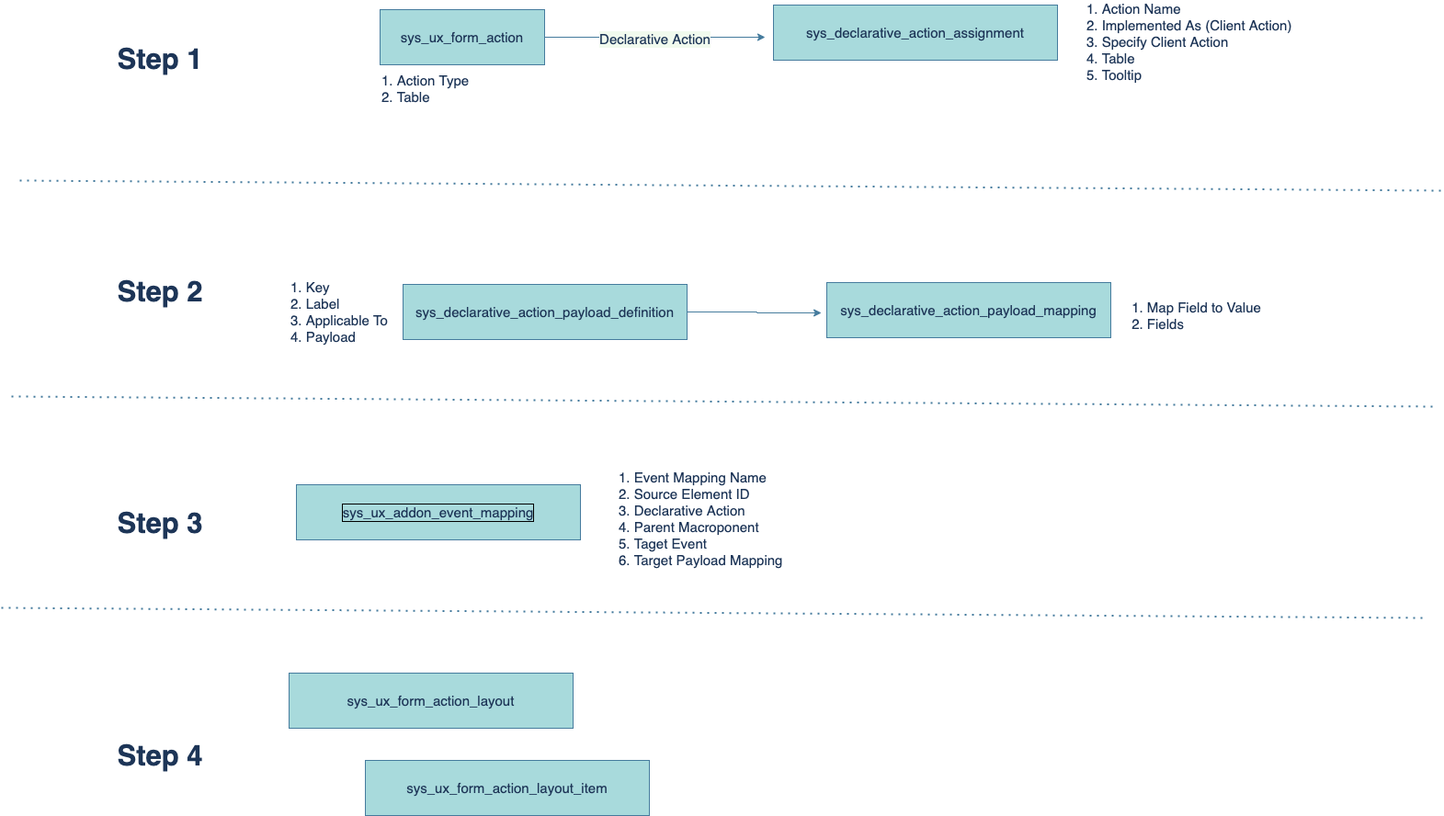
Before: Servicenow/Actions.drawio.png, a diagram exported from draw.io (mukeshsingal/draw.io). Source tidied: cells renumbered, new cells last; positions are measured from the earlier drawing's top-left corner, leaving out a move shared by most shapes.
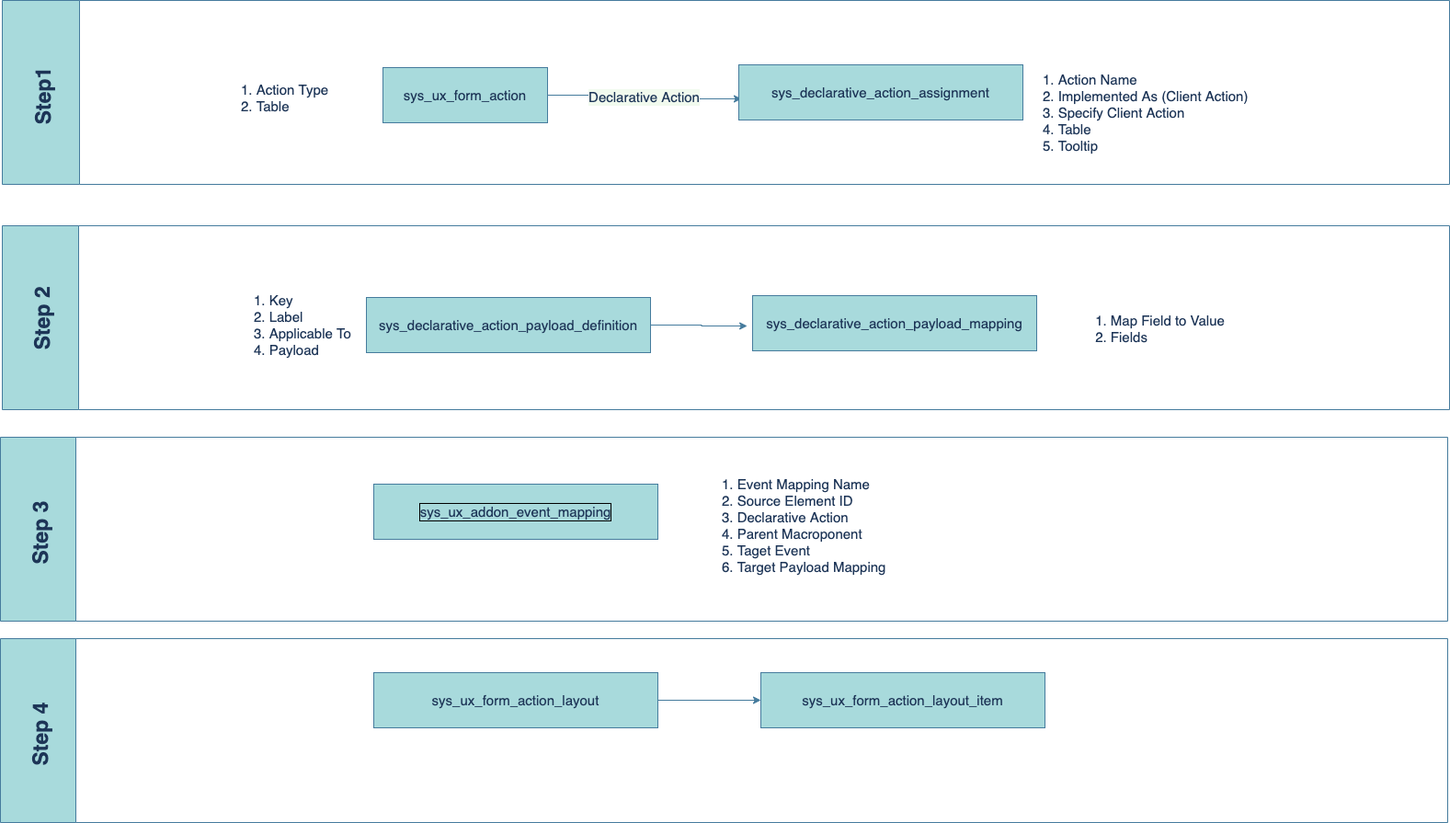
The same file after the commit.

Change to the diagram source:
```diff
@@ -4,23 +4,23 @@
     <mxCell id="1" parent="0" />
     <mxCell id="2" style="edgeStyle=orthogonalEdgeStyle;rounded=0;jettySize=auto;html=1;fontSize=15;fontColor=#1D3557;labelBorderColor=default;strokeColor=#457B9D;labelBackgroundColor=#F1FAEE;" parent="1" edge="1" source="4">
       <mxGeometry relative="1" as="geometry">
-        <mxPoint x="831" y="35" as="targetPoint" />
+        <mxPoint x="845" y="88" as="targetPoint" />
       </mxGeometry>
     </mxCell>
     <mxCell id="3" value="Declarative Action" style="edgeLabel;html=1;align=center;verticalAlign=middle;fontSize=15;fontColor=#1D3557;labelBackgroundColor=#F1FAEE;" parent="2" vertex="1">
       <mxGeometry x="-0.01" y="-1" relative="1" as="geometry" />
     </mxCell>
     <mxCell id="4" value="sys_ux_form_action" style="rounded=0;whiteSpace=wrap;html=1;fontSize=15;fillColor=#A8DADC;strokeColor=#457B9D;fontColor=#1D3557;" parent="1" vertex="1">
-      <mxGeometry x="412" y="5" width="179" height="60" as="geometry" />
+      <mxGeometry x="455" y="54" width="179" height="60" as="geometry" />
     </mxCell>
     <mxCell id="5" value="sys_declarative_action_assignment" style="rounded=0;whiteSpace=wrap;html=1;fontSize=15;fillColor=#A8DADC;strokeColor=#457B9D;fontColor=#1D3557;" parent="1" vertex="1">
-      <mxGeometry x="840" width="309" height="60" as="geometry" />
+      <mxGeometry x="842" y="51" width="309" height="60" as="geometry" />
     </mxCell>
     <mxCell id="6" value="sys_ux_form_action_layout_item" style="rounded=0;whiteSpace=wrap;html=1;fontSize=15;fillColor=#A8DADC;strokeColor=#457B9D;fontColor=#1D3557;" parent="1" vertex="1">
-      <mxGeometry x="396" y="822" width="309" height="60" as="geometry" />
+      <mxGeometry x="866" y="712" width="309" height="60" as="geometry" />
     </mxCell>
     <mxCell id="7" value="sys_ux_addon_event_mapping" style="rounded=0;whiteSpace=wrap;html=1;fontSize=15;fillColor=#A8DADC;strokeColor=#457B9D;fontColor=#1D3557;labelBorderColor=default;" parent="1" vertex="1">
-      <mxGeometry x="321" y="522" width="309" height="60" as="geometry" />
+      <mxGeometry x="445" y="507" width="309" height="60" as="geometry" />
     </mxCell>
     <mxCell id="8" style="edgeStyle=orthogonalEdgeStyle;rounded=0;jettySize=auto;html=1;entryX=-0.019;entryY=0.55;entryDx=0;entryDy=0;entryPerimeter=0;fontSize=15;fontColor=#1D3557;strokeColor=#457B9D;labelBackgroundColor=#F1FAEE;" parent="1" edge="1" source="9" target="13">
       <mxGeometry relative="1" as="geometry" />
@@ -29,55 +29,40 @@
       <mxGeometry x="437" y="304" width="309" height="60" as="geometry" />
     </mxCell>
     <mxCell id="10" value="1. Action Type&lt;br&gt;2. Table" style="text;html=1;strokeColor=none;fillColor=none;align=left;verticalAlign=middle;whiteSpace=wrap;rounded=0;fontSize=15;fontColor=#1D3557;" parent="1" vertex="1">
-      <mxGeometry x="412" y="76" width="123" height="30" as="geometry" />
+      <mxGeometry x="299" y="72" width="123" height="30" as="geometry" />
     </mxCell>
     <mxCell id="11" value="1. Action Name&lt;br&gt;2. Implemented As (Client Action)&lt;br&gt;3. Specify Client Action&lt;br&gt;4. Table&lt;br&gt;5. Tooltip" style="text;html=1;strokeColor=none;fillColor=none;align=left;verticalAlign=middle;whiteSpace=wrap;rounded=0;fontSize=15;fontColor=#1D3557;" parent="1" vertex="1">
-      <mxGeometry x="1179" y="25" width="335" height="30" as="geometry" />
+      <mxGeometry x="1171" y="88" width="335" height="30" as="geometry" />
     </mxCell>
     <mxCell id="12" value="1. Key&lt;br&gt;2. Label&lt;br&gt;3. Applicable To&lt;br&gt;4. Payload" style="text;html=1;strokeColor=none;fillColor=none;align=left;verticalAlign=middle;whiteSpace=wrap;rounded=0;fontSize=15;fontColor=#1D3557;" parent="1" vertex="1">
       <mxGeometry x="313" y="319" width="335" height="30" as="geometry" />
     </mxCell>
     <mxCell id="13" value="sys_declarative_action_payload_mapping" style="rounded=0;whiteSpace=wrap;html=1;fontSize=15;fillColor=#A8DADC;strokeColor=#457B9D;fontColor=#1D3557;" parent="1" vertex="1">
-      <mxGeometry x="898" y="302" width="309" height="60" as="geometry" />
+      <mxGeometry x="857" y="302" width="309" height="60" as="geometry" />
     </mxCell>
     <mxCell id="14" value="1. Map Field to Value&lt;br&gt;&lt;div style=&quot;text-align: left;&quot;&gt;&lt;span style=&quot;background-color: initial;&quot;&gt;2. Fields&lt;/span&gt;&lt;/div&gt;" style="text;html=1;align=center;verticalAlign=middle;strokeColor=none;fillColor=none;fontSize=15;fontColor=#1D3557;" parent="1" vertex="1">
       <mxGeometry x="1220" y="314" width="159" height="48" as="geometry" />
     </mxCell>
     <mxCell id="15" value="1. Event Mapping Name&lt;br&gt;2. Source Element ID&lt;br&gt;3. Declarative Action&lt;br&gt;4. Parent Macroponent&lt;br&gt;5. Taget Event&lt;br&gt;6. Target Payload Mapping" style="text;html=1;strokeColor=none;fillColor=none;align=left;verticalAlign=middle;whiteSpace=wrap;rounded=0;fontSize=15;fontColor=#1D3557;" parent="1" vertex="1">
-      <mxGeometry x="670" y="544" width="335" height="30" as="geometry" />
+      <mxGeometry x="822" y="537" width="335" height="30" as="geometry" />
     </mxCell>
+    <mxCell id="24" style="edgeStyle=orthogonalEdgeStyle;rounded=0;jettySize=auto;html=1;entryX=0;entryY=0.5;entryDx=0;entryDy=0;fontColor=#1D3557;strokeColor=#457B9D;fillColor=#A8DADC;" parent="1" edge="1" source="16" target="6">
+      <mxGeometry relative="1" as="geometry" />
+    </mxCell>
     <mxCell id="16" value="sys_ux_form_action_layout" style="rounded=0;whiteSpace=wrap;html=1;fontSize=15;fillColor=#A8DADC;strokeColor=#457B9D;fontColor=#1D3557;" parent="1" vertex="1">
-      <mxGeometry x="313" y="727" width="309" height="60" as="geometry" />
+      <mxGeometry x="445" y="712" width="309" height="60" as="geometry" />
     </mxCell>
-    <mxCell id="17" value="Step 1" style="text;html=1;strokeColor=none;fillColor=none;align=center;verticalAlign=middle;whiteSpace=wrap;rounded=0;labelBorderColor=none;fontSize=31;fontColor=#1D3557;fontStyle=1;flipV=1;" parent="1" vertex="1">
-      <mxGeometry x="75" y="44" width="196" height="30" as="geometry" />
-    </mxCell>
+    <mxCell id="25" value="Step1 " style="swimlane;horizontal=0;fontColor=#1D3557;strokeColor=#457B9D;fillColor=#A8DADC;fontSize=23;startSize=84;" parent="1" vertex="1">
+      <mxGeometry x="41" y="-19" width="1574" height="200" as="geometry" />
+    </mxCell>
-    <mxCell id="18" value="Step 2" style="text;html=1;strokeColor=none;fillColor=none;align=center;verticalAlign=middle;whiteSpace=wrap;rounded=0;labelBorderColor=none;fontSize=31;fontColor=#1D3557;fontStyle=1;flipV=1;" parent="1" vertex="1">
-      <mxGeometry x="75" y="297" width="196" height="30" as="geometry" />
+    <mxCell id="18" value="Step 2" style="swimlane;horizontal=0;fontColor=#1D3557;strokeColor=#457B9D;fillColor=#A8DADC;fontSize=23;startSize=83;" parent="1" vertex="1">
+      <mxGeometry x="41" y="226" width="1574" height="200" as="geometry" />
     </mxCell>
-    <mxCell id="19" value="Step 3" style="text;html=1;strokeColor=none;fillColor=none;align=center;verticalAlign=middle;whiteSpace=wrap;rounded=0;labelBorderColor=none;fontSize=31;fontColor=#1D3557;fontStyle=1;flipV=1;" parent="1" vertex="1">
-      <mxGeometry x="75" y="549" width="196" height="30" as="geometry" />
+    <mxCell id="19" value="Step 3 " style="swimlane;horizontal=0;fontColor=#1D3557;strokeColor=#457B9D;fillColor=#A8DADC;fontSize=23;startSize=82;" parent="1" vertex="1">
+      <mxGeometry x="39" y="456" width="1574" height="200" as="geometry" />
     </mxCell>
-    <mxCell id="20" value="Step 4" style="text;html=1;strokeColor=none;fillColor=none;align=center;verticalAlign=middle;whiteSpace=wrap;rounded=0;labelBorderColor=none;fontSize=31;fontColor=#1D3557;fontStyle=1;flipV=1;" parent="1" vertex="1">
-      <mxGeometry x="75" y="802" width="196" height="30" as="geometry" />
+    <mxCell id="20" value="Step 4 " style="swimlane;horizontal=0;fontColor=#1D3557;strokeColor=#457B9D;fillColor=#A8DADC;fontSize=23;startSize=82;" parent="1" vertex="1">
+      <mxGeometry x="39" y="675" width="1574" height="200" as="geometry" />
     </mxCell>
-    <mxCell id="21" style="endArrow=none;dashed=1;html=1;dashPattern=1 3;strokeWidth=2;rounded=0;labelBorderColor=#757575;fontSize=31;fontColor=#1D3557;strokeColor=#457B9D;labelBackgroundColor=#F1FAEE;" parent="1" edge="1">
-      <mxGeometry relative="1" as="geometry">
-        <mxPoint x="11" y="426" as="sourcePoint" />
-        <mxPoint x="1559" y="437" as="targetPoint" />
-      </mxGeometry>
-    </mxCell>
-    <mxCell id="22" style="endArrow=none;dashed=1;html=1;dashPattern=1 3;strokeWidth=2;rounded=0;labelBorderColor=#757575;fontSize=31;fontColor=#1D3557;strokeColor=#457B9D;labelBackgroundColor=#F1FAEE;" parent="1" edge="1">
-      <mxGeometry relative="1" as="geometry">
-        <mxPoint x="20" y="191" as="sourcePoint" />
-        <mxPoint x="1568" y="202" as="targetPoint" />
-      </mxGeometry>
-    </mxCell>
-    <mxCell id="23" style="endArrow=none;dashed=1;html=1;dashPattern=1 3;strokeWidth=2;rounded=0;labelBorderColor=#757575;fontSize=31;fontColor=#1D3557;strokeColor=#457B9D;labelBackgroundColor=#F1FAEE;" parent="1" edge="1">
-      <mxGeometry relative="1" as="geometry">
-        <mxPoint y="656" as="sourcePoint" />
-        <mxPoint x="1548" y="667" as="targetPoint" />
-      </mxGeometry>
-    </mxCell>
   </root>
 </mxGraphModel>
```
